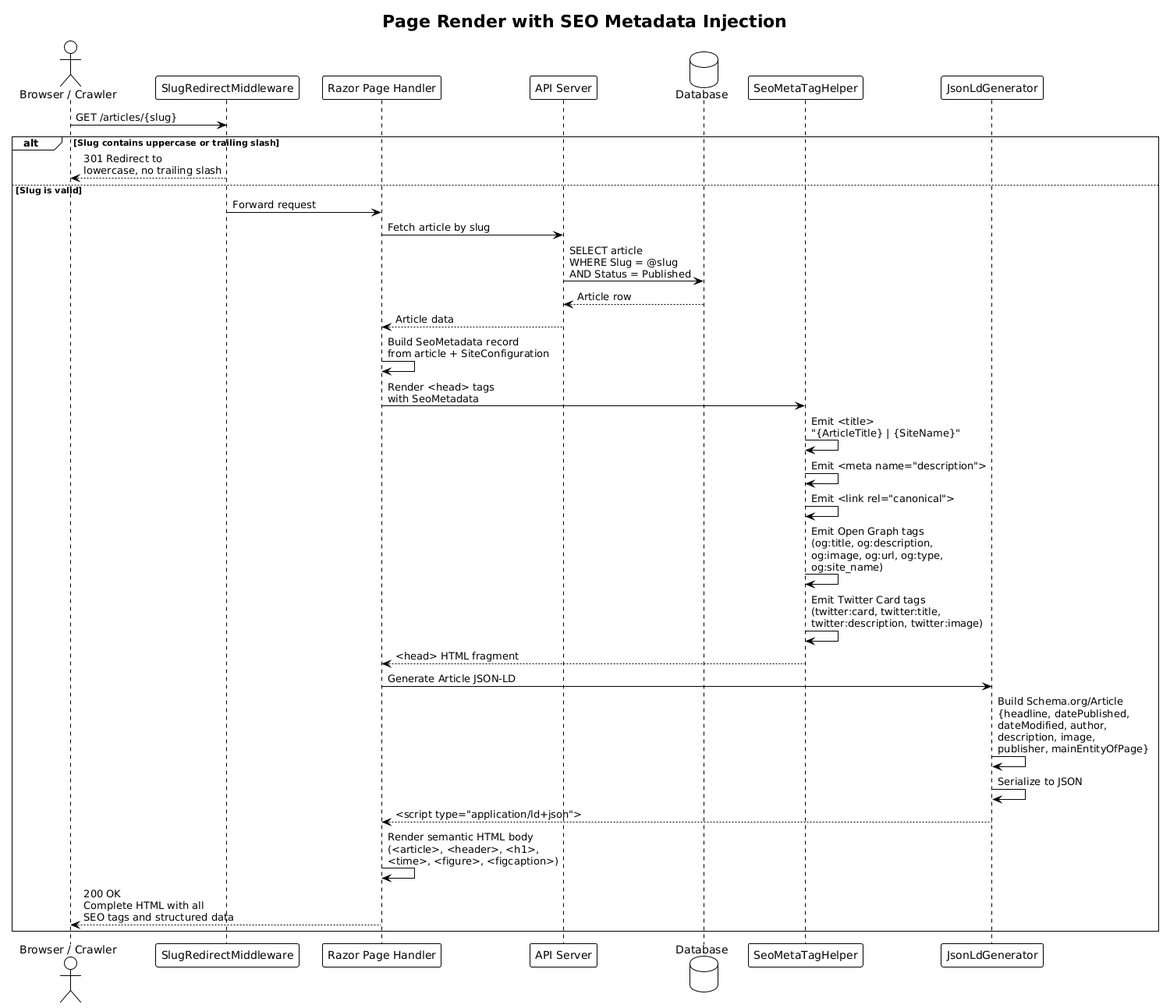
Before: docs/detailed-designs/05-seo-and-discoverability/diagrams/sequence_page_render.png, a diagram exported from PlantUML (QuinntyneBrown/Blog).
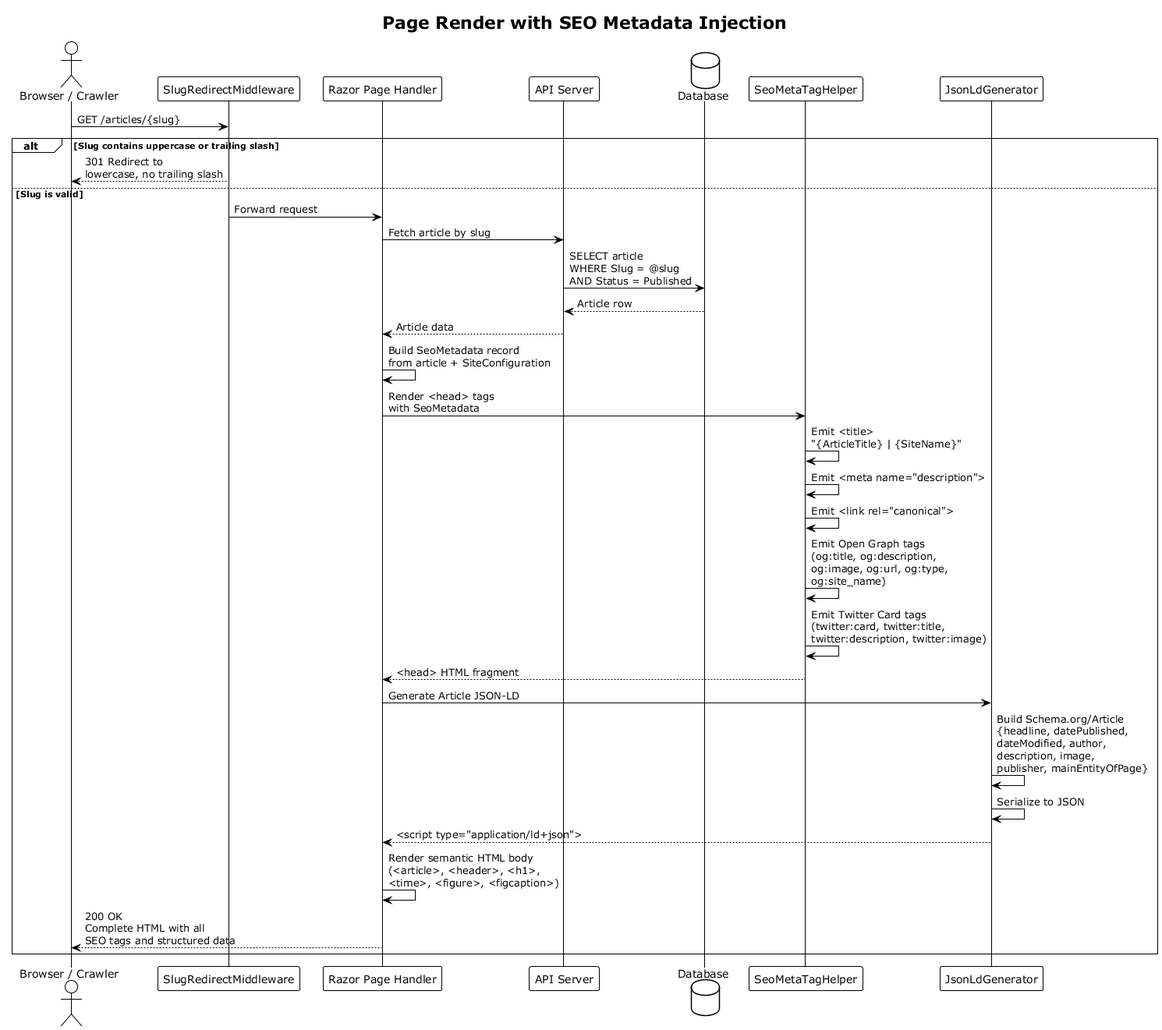
After the commit.

The edit, as a diff of the source:
```diff
@@ -1,4 +1,4 @@
-@startuml
+@startuml sequence_page_render
 !theme plain
 
 title Page Render with SEO Metadata Injection
@@ -41,4 +41,5 @@
 
     handler --> client : 200 OK\nComplete HTML with all\nSEO tags and structured data
 end
+
 @enduml
```
